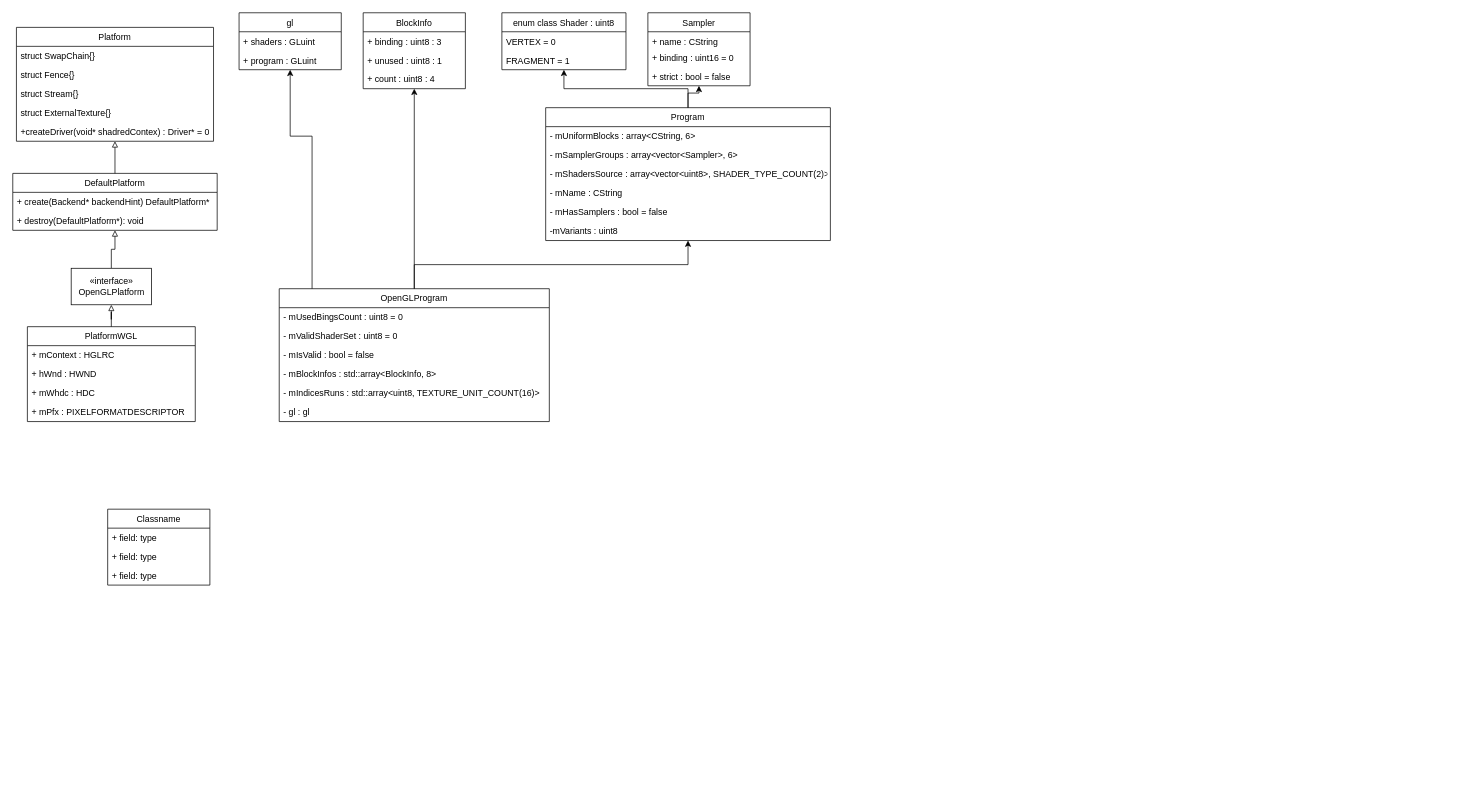
The draw.io diagram UMLGraph/driver.drawio in liangshiweigithub/update, before the edit. Source tidied: cells renumbered, new cells numbered last; positions are measured from the earlier drawing's top-left corner, leaving out a move shared by most shapes. Both pictures are drawn from the tidied source at 73%, with x=0, y=0 at pixel (12, 12).
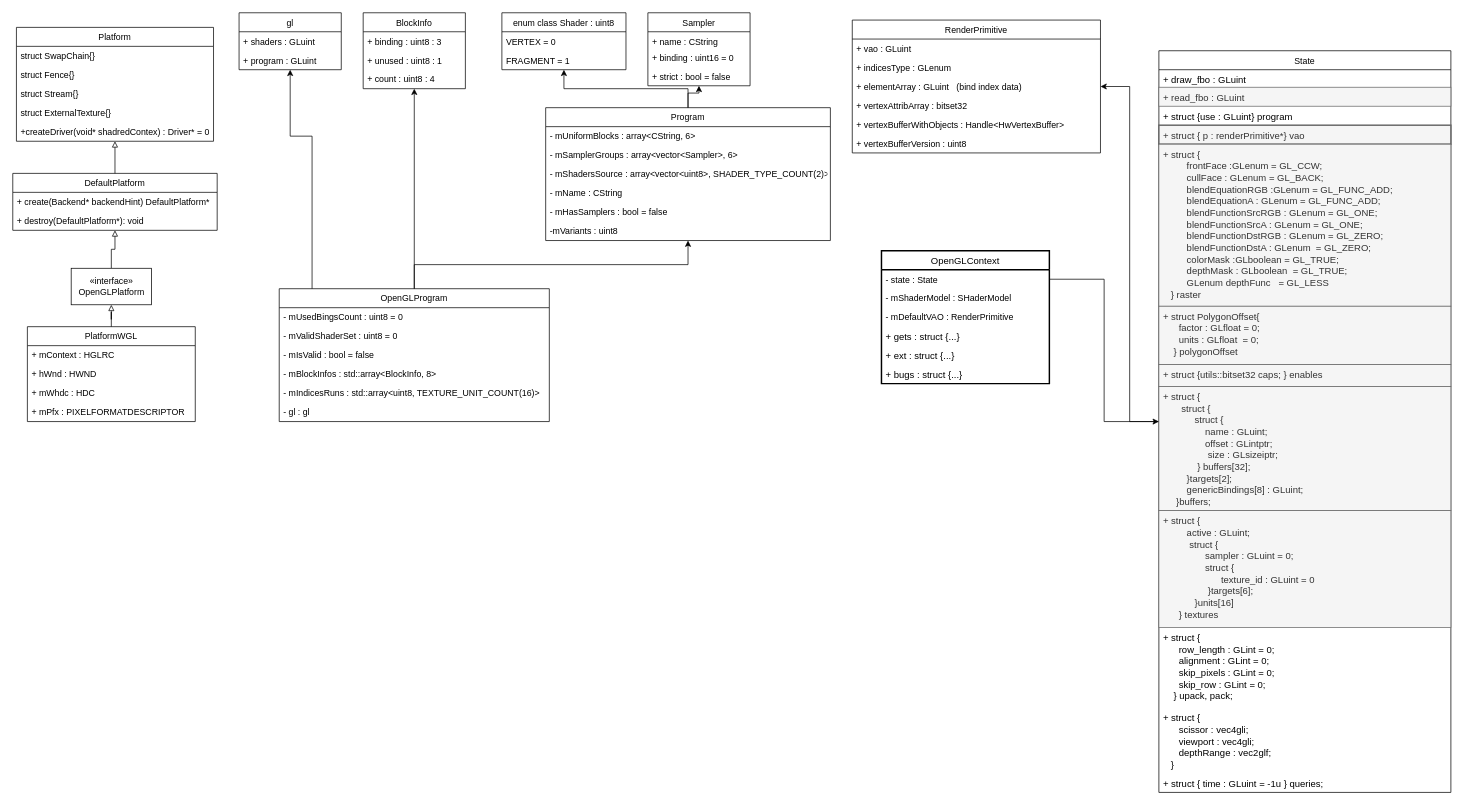
After the change.

The edit, as a diff of the source:
```diff
@@
-    <mxCell id="53" value="Classname" style="swimlane;fontStyle=0;horizontal=1;startSize=26;fillColor=none;" parent="1" vertex="1">
-      <mxGeometry x="130" y="680" width="140" height="104" as="geometry" />
+    <mxCell id="53" value="RenderPrimitive" style="swimlane;fontStyle=0;horizontal=1;startSize=26;fillColor=none;" parent="1" vertex="1">
+      <mxGeometry x="1150" y="10" width="340" height="182" as="geometry" />
     </mxCell>
-    <mxCell id="54" value="+ field: type" style="text;strokeColor=none;fillColor=none;align=left;verticalAlign=top;spacingLeft=4;spacingRight=4;overflow=hidden;" parent="53" vertex="1">
-      <mxGeometry y="26" width="140" height="26" as="geometry" />
+    <mxCell id="54" value="+ vao : GLuint" style="text;strokeColor=none;fillColor=none;align=left;verticalAlign=top;spacingLeft=4;spacingRight=4;overflow=hidden;" parent="53" vertex="1">
+      <mxGeometry y="26" width="340" height="26" as="geometry" />
     </mxCell>
-    <mxCell id="55" value="+ field: type" style="text;strokeColor=none;fillColor=none;align=left;verticalAlign=top;spacingLeft=4;spacingRight=4;overflow=hidden;" parent="53" vertex="1">
-      <mxGeometry y="52" width="140" height="26" as="geometry" />
+    <mxCell id="55" value="+ indicesType : GLenum" style="text;strokeColor=none;fillColor=none;align=left;verticalAlign=top;spacingLeft=4;spacingRight=4;overflow=hidden;" parent="53" vertex="1">
+      <mxGeometry y="52" width="340" height="26" as="geometry" />
     </mxCell>
+    <mxCell id="57" value="+ elementArray : GLuint   (bind index data)" style="text;strokeColor=none;fillColor=none;align=left;verticalAlign=top;spacingLeft=4;spacingRight=4;overflow=hidden;" parent="53" vertex="1">
+      <mxGeometry y="78" width="340" height="26" as="geometry" />
+    </mxCell>
+    <mxCell id="58" value="+ vertexAttribArray : bitset32" style="text;strokeColor=none;fillColor=none;align=left;verticalAlign=top;spacingLeft=4;spacingRight=4;overflow=hidden;" parent="53" vertex="1">
+      <mxGeometry y="104" width="340" height="26" as="geometry" />
+    </mxCell>
-    <mxCell id="56" value="+ field: type" style="text;strokeColor=none;fillColor=none;align=left;verticalAlign=top;spacingLeft=4;spacingRight=4;overflow=hidden;" parent="53" vertex="1">
-      <mxGeometry y="78" width="140" height="26" as="geometry" />
+    <mxCell id="56" value="+ vertexBufferWithObjects : Handle&lt;HwVertexBuffer&gt;" style="text;strokeColor=none;fillColor=none;align=left;verticalAlign=top;spacingLeft=4;spacingRight=4;overflow=hidden;" parent="53" vertex="1">
+      <mxGeometry y="130" width="340" height="26" as="geometry" />
     </mxCell>
+    <mxCell id="59" value="+ vertexBufferVersion : uint8" style="text;strokeColor=none;fillColor=none;align=left;verticalAlign=top;spacingLeft=4;spacingRight=4;overflow=hidden;" parent="53" vertex="1">
+      <mxGeometry y="156" width="340" height="26" as="geometry" />
+    </mxCell>
+    <mxCell id="60" style="edgeStyle=orthogonalEdgeStyle;rounded=0;jettySize=auto;html=1;fontSize=13;" parent="1" edge="1" source="61" target="53">
+      <mxGeometry relative="1" as="geometry" />
+    </mxCell>
+    <mxCell id="61" value="State" style="swimlane;fontStyle=0;horizontal=1;startSize=26;fillColor=none;" parent="1" vertex="1">
+      <mxGeometry x="1570" y="52" width="400" height="1016" as="geometry" />
+    </mxCell>
+    <mxCell id="62" value="+ draw_fbo : GLuint" style="text;align=left;verticalAlign=top;spacingLeft=4;spacingRight=4;overflow=hidden;fontSize=13;" parent="61" vertex="1">
+      <mxGeometry y="26" width="400" height="24" as="geometry" />
+    </mxCell>
+    <mxCell id="63" value="+ read_fbo : GLuint" style="text;align=left;verticalAlign=top;spacingLeft=4;spacingRight=4;overflow=hidden;fontSize=13;fillColor=#f5f5f5;strokeColor=#666666;fontColor=#333333;" parent="61" vertex="1">
+      <mxGeometry y="50" width="400" height="26" as="geometry" />
+    </mxCell>
+    <mxCell id="64" value="+ struct {use : GLuint} program" style="text;strokeColor=none;fillColor=none;align=left;verticalAlign=top;spacingLeft=4;spacingRight=4;overflow=hidden;fontSize=13;" parent="61" vertex="1">
+      <mxGeometry y="76" width="400" height="26" as="geometry" />
+    </mxCell>
+    <mxCell id="65" value="+ struct { p : renderPrimitive*} vao" style="text;strokeColor=#666666;fillColor=#f5f5f5;align=left;verticalAlign=top;spacingLeft=4;spacingRight=4;overflow=hidden;fontSize=13;strokeWidth=2;fontColor=#333333;" parent="61" vertex="1">
+      <mxGeometry y="102" width="400" height="26" as="geometry" />
+    </mxCell>
+    <mxCell id="66" value="+ struct {&#10;         frontFace :GLenum = GL_CCW;&#10;         cullFace : GLenum = GL_BACK;&#10;         blendEquationRGB :GLenum = GL_FUNC_ADD;&#10;         blendEquationA : GLenum = GL_FUNC_ADD;&#10;         blendFunctionSrcRGB : GLenum = GL_ONE;&#10;         blendFunctionSrcA : GLenum = GL_ONE;&#10;         blendFunctionDstRGB : GLenum = GL_ZERO;&#10;         blendFunctionDstA : GLenum  = GL_ZERO;&#10;         colorMask :GLboolean = GL_TRUE;&#10;         depthMask : GLboolean  = GL_TRUE;&#10;         GLenum depthFunc   = GL_LESS&#10;   } raster" style="text;strokeColor=#666666;fillColor=#f5f5f5;align=left;verticalAlign=top;spacingLeft=4;spacingRight=4;overflow=hidden;fontSize=13;fontColor=#333333;" parent="61" vertex="1">
+      <mxGeometry y="128" width="400" height="222" as="geometry" />
+    </mxCell>
+    <mxCell id="67" value="+ struct PolygonOffset{&#10;      factor : GLfloat = 0;&#10;      units : GLfloat  = 0;&#10;    } polygonOffset" style="text;strokeColor=#666666;fillColor=#f5f5f5;align=left;verticalAlign=top;spacingLeft=4;spacingRight=4;overflow=hidden;fontSize=13;fontColor=#333333;" parent="61" vertex="1">
+      <mxGeometry y="350" width="400" height="80" as="geometry" />
+    </mxCell>
+    <mxCell id="68" value="+ struct {utils::bitset32 caps; } enables" style="text;align=left;verticalAlign=top;spacingLeft=4;spacingRight=4;overflow=hidden;fontSize=13;fillColor=#f5f5f5;strokeColor=#666666;fontColor=#333333;" parent="61" vertex="1">
+      <mxGeometry y="430" width="400" height="30" as="geometry" />
+    </mxCell>
+    <mxCell id="69" value="+ struct {&#10;       struct {&#10;            struct {&#10;                name : GLuint;&#10;                offset : GLintptr;&#10;                 size : GLsizeiptr;&#10;             } buffers[32];&#10;         }targets[2];&#10;         genericBindings[8] : GLuint;&#10;     }buffers; " style="text;strokeColor=#666666;fillColor=#f5f5f5;align=left;verticalAlign=top;spacingLeft=4;spacingRight=4;overflow=hidden;fontSize=13;fontColor=#333333;" parent="61" vertex="1">
+      <mxGeometry y="460" width="400" height="170" as="geometry" />
+    </mxCell>
+    <mxCell id="70" value="+ struct {&#10;         active : GLuint;&#10;          struct {&#10;                sampler : GLuint = 0;&#10;                struct {&#10;                      texture_id : GLuint = 0&#10;                 }targets[6];&#10;            }units[16]&#10;      } textures      " style="text;strokeColor=#666666;fillColor=#f5f5f5;align=left;verticalAlign=top;spacingLeft=4;spacingRight=4;overflow=hidden;fontSize=13;fontColor=#333333;" parent="61" vertex="1">
+      <mxGeometry y="630" width="400" height="160" as="geometry" />
+    </mxCell>
+    <mxCell id="71" value="+ struct {&#10;      row_length : GLint = 0;&#10;      alignment : GLint = 0;&#10;      skip_pixels : GLint = 0;&#10;      skip_row : GLint = 0;&#10;    } upack, pack;" style="text;strokeColor=none;fillColor=none;align=left;verticalAlign=top;spacingLeft=4;spacingRight=4;overflow=hidden;fontSize=13;" parent="61" vertex="1">
+      <mxGeometry y="790" width="400" height="110" as="geometry" />
+    </mxCell>
+    <mxCell id="72" value="+ struct {&#10;      scissor : vec4gli;&#10;      viewport : vec4gli;&#10;      depthRange : vec2glf;&#10;   }" style="text;strokeColor=none;fillColor=none;align=left;verticalAlign=top;spacingLeft=4;spacingRight=4;overflow=hidden;fontSize=13;" parent="61" vertex="1">
+      <mxGeometry y="900" width="400" height="90" as="geometry" />
+    </mxCell>
+    <mxCell id="73" value="+ struct { time : GLuint = -1u } queries;" style="text;strokeColor=none;fillColor=none;align=left;verticalAlign=top;spacingLeft=4;spacingRight=4;overflow=hidden;fontSize=13;" parent="61" vertex="1">
+      <mxGeometry y="990" width="400" height="26" as="geometry" />
+    </mxCell>
+    <mxCell id="74" value="OpenGLContext" style="swimlane;fontStyle=0;horizontal=1;startSize=26;fillColor=none;strokeWidth=2;fontSize=13;" parent="1" vertex="1">
+      <mxGeometry x="1190" y="326" width="230" height="182" as="geometry" />
+    </mxCell>
+    <mxCell id="75" value="- state : State" style="text;strokeColor=none;fillColor=none;align=left;verticalAlign=top;spacingLeft=4;spacingRight=4;overflow=hidden;points=[[0,0.5],[1,0.5]];portConstraint=eastwest;" parent="74" vertex="1">
+      <mxGeometry y="26" width="230" height="26" as="geometry" />
+    </mxCell>
+    <mxCell id="76" value="- mShaderModel : SHaderModel" style="text;strokeColor=none;fillColor=none;align=left;verticalAlign=top;spacingLeft=4;spacingRight=4;overflow=hidden;" parent="74" vertex="1">
+      <mxGeometry y="52" width="230" height="26" as="geometry" />
+    </mxCell>
+    <mxCell id="77" value="- mDefaultVAO : RenderPrimitive" style="text;strokeColor=none;fillColor=none;align=left;verticalAlign=top;spacingLeft=4;spacingRight=4;overflow=hidden;" parent="74" vertex="1">
+      <mxGeometry y="78" width="230" height="26" as="geometry" />
+    </mxCell>
+    <mxCell id="78" value="+ gets : struct {...} " style="text;strokeColor=none;fillColor=none;align=left;verticalAlign=top;spacingLeft=4;spacingRight=4;overflow=hidden;fontSize=13;" parent="74" vertex="1">
+      <mxGeometry y="104" width="230" height="26" as="geometry" />
+    </mxCell>
+    <mxCell id="79" value="+ ext : struct {...}" style="text;strokeColor=none;fillColor=none;align=left;verticalAlign=top;spacingLeft=4;spacingRight=4;overflow=hidden;fontSize=13;" parent="74" vertex="1">
+      <mxGeometry y="130" width="230" height="26" as="geometry" />
+    </mxCell>
+    <mxCell id="80" value="+ bugs : struct {...}" style="text;strokeColor=none;fillColor=none;align=left;verticalAlign=top;spacingLeft=4;spacingRight=4;overflow=hidden;fontSize=13;" parent="74" vertex="1">
+      <mxGeometry y="156" width="230" height="26" as="geometry" />
+    </mxCell>
+    <mxCell id="81" style="edgeStyle=orthogonalEdgeStyle;rounded=0;jettySize=auto;html=1;fontSize=13;" parent="1" edge="1" source="75" target="61">
+      <mxGeometry relative="1" as="geometry" />
+    </mxCell>
```
